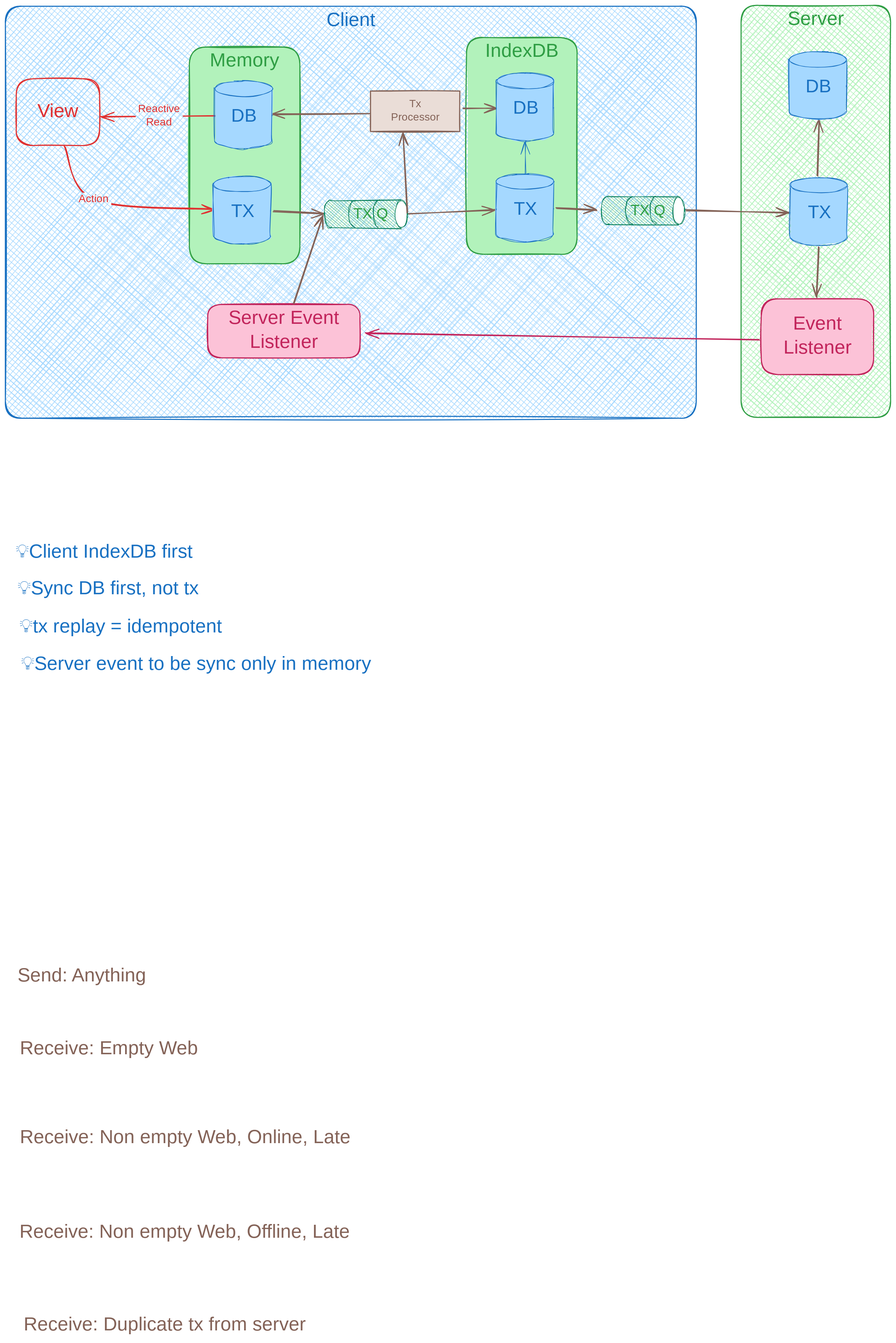
Before: docs/okr-sync-localfirst.excalidraw.svg, a diagram exported from Excalidraw (akshayvadher/okr). Source tidied: one line per element, renumbered; positions are measured from the earlier drawing's top-left corner, leaving out a move shared by most shapes.
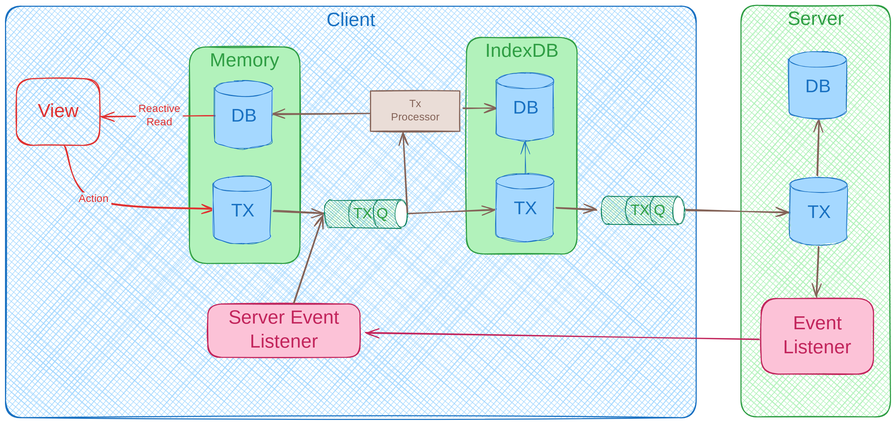
After the change.

Change to the diagram source:
```diff
@@ -12,15 +12,6 @@
 {"id": 11, "type": "text", "text": "Reactive\nRead", "strokeColor": "#e03131", "strokeWidth": 2, "roughness": 1, "fontSize": 20, "fontFamily": 8, "textAlign": "center", "verticalAlign": "middle", "inside": 10, "x": 286, "y": 185, "width": 88, "height": 50}
 {"id": 12, "type": "arrow", "strokeColor": "#e03131", "strokeWidth": 2, "roughness": 1, "endArrowhead": "arrow", "round": true, "from": 8, "to": 65, "x": 110, "y": 264, "width": 280, "height": 118, "points": [[0, 0], [55, 100], [280, 118]]}
 {"id": 13, "type": "text", "text": "Action", "strokeColor": "#e03131", "strokeWidth": 2, "roughness": 1, "fontSize": 20, "fontFamily": 8, "textAlign": "center", "verticalAlign": "middle", "inside": 12, "x": 151, "y": 352, "width": 66, "height": 25}
-{"id": 14, "type": "text", "text": "Receive: Empty Web", "strokeColor": "#846358", "backgroundColor": "#b2f2bb", "fillStyle": "solid", "strokeWidth": 2, "roughness": 1, "fontSize": 36, "fontFamily": 8, "x": 27, "y": 1933, "width": 356, "height": 45}
-{"id": 15, "type": "text", "text": "Receive: Non empty Web, Online, Late", "strokeColor": "#846358", "backgroundColor": "#b2f2bb", "fillStyle": "solid", "strokeWidth": 2, "roughness": 1, "fontSize": 36, "fontFamily": 8, "x": 27, "y": 2099, "width": 713, "height": 45}
-{"id": 16, "type": "text", "text": "Receive: Non empty Web, Offline, Late", "strokeColor": "#846358", "backgroundColor": "#b2f2bb", "fillStyle": "solid", "strokeWidth": 2, "roughness": 1, "fontSize": 36, "fontFamily": 8, "x": 26, "y": 2276, "width": 733, "height": 45}
-{"id": 17, "type": "text", "text": "Receive: Duplicate tx from server", "strokeColor": "#846358", "backgroundColor": "#b2f2bb", "fillStyle": "solid", "strokeWidth": 2, "roughness": 1, "fontSize": 36, "fontFamily": 8, "x": 34, "y": 2450, "width": 653, "height": 45}
-{"id": 18, "type": "text", "text": "Send: Anything", "strokeColor": "#846358", "backgroundColor": "#b2f2bb", "fillStyle": "solid", "strokeWidth": 2, "roughness": 1, "fontSize": 36, "fontFamily": 8, "x": 23, "y": 1796, "width": 277, "height": 45}
-{"id": 19, "type": "text", "text": "💡Client IndexDB first", "strokeColor": "#1971c2", "backgroundColor": "#b2f2bb", "fillStyle": "solid", "strokeWidth": 2, "roughness": 1, "fontSize": 36, "fontFamily": 8, "x": 20, "y": 1003, "width": 445, "height": 45}
-{"id": 20, "type": "text", "text": "💡Sync DB first, not tx", "strokeColor": "#1971c2", "backgroundColor": "#b2f2bb", "fillStyle": "solid", "strokeWidth": 2, "roughness": 1, "fontSize": 36, "fontFamily": 8, "x": 23, "y": 1072, "width": 465, "height": 45}
-{"id": 21, "type": "text", "text": "💡tx replay = idempotent", "strokeColor": "#1971c2", "backgroundColor": "#b2f2bb", "fillStyle": "solid", "strokeWidth": 2, "roughness": 1, "fontSize": 36, "fontFamily": 8, "x": 27, "y": 1143, "width": 485, "height": 45}
-{"id": 22, "type": "text", "text": "💡Server event to be sync only in memory", "strokeColor": "#1971c2", "backgroundColor": "#b2f2bb", "fillStyle": "solid", "strokeWidth": 2, "roughness": 1, "fontSize": 36, "fontFamily": 8, "x": 29, "y": 1213, "width": 802, "height": 45}
 {"id": 23, "type": "rectangle", "strokeColor": "#c2255c", "backgroundColor": "#fcc2d7", "fillStyle": "solid", "strokeWidth": 2, "roughness": 1, "round": true, "x": 379, "y": 560, "width": 285, "height": 100}
 {"id": 24, "type": "text", "text": "Server Event\nListener", "strokeColor": "#c2255c", "backgroundColor": "#fcc2d7", "fillStyle": "solid", "strokeWidth": 2, "roughness": 1, "fontSize": 36, "fontFamily": 8, "textAlign": "center", "verticalAlign": "middle", "inside": 23, "x": 403, "y": 565, "width": 238, "height": 90}
 {"id": 25, "type": "rectangle", "strokeColor": "#c2255c", "backgroundColor": "#fcc2d7", "fillStyle": "solid", "strokeWidth": 2, "roughness": 1, "round": true, "x": 1416, "y": 550, "width": 210, "height": 142}
```
